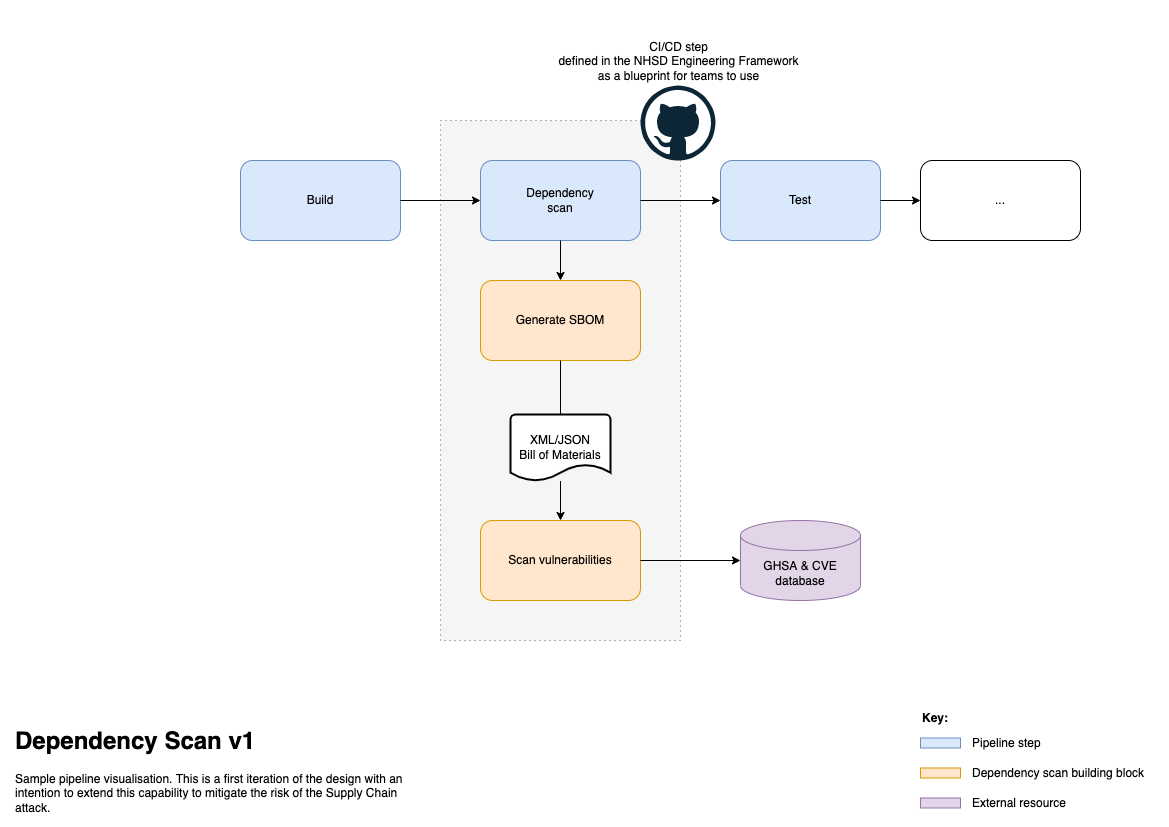
NHSDigital/software-engineering-quality-framework keeps this draw.io diagram as tools/dependency-scan/Design - Dependency Scan v1.drawio.png. Above is the earlier version. Source tidied: cells renumbered, new cells last; positions are measured from the earlier drawing's top-left corner, leaving out a move shared by most shapes.
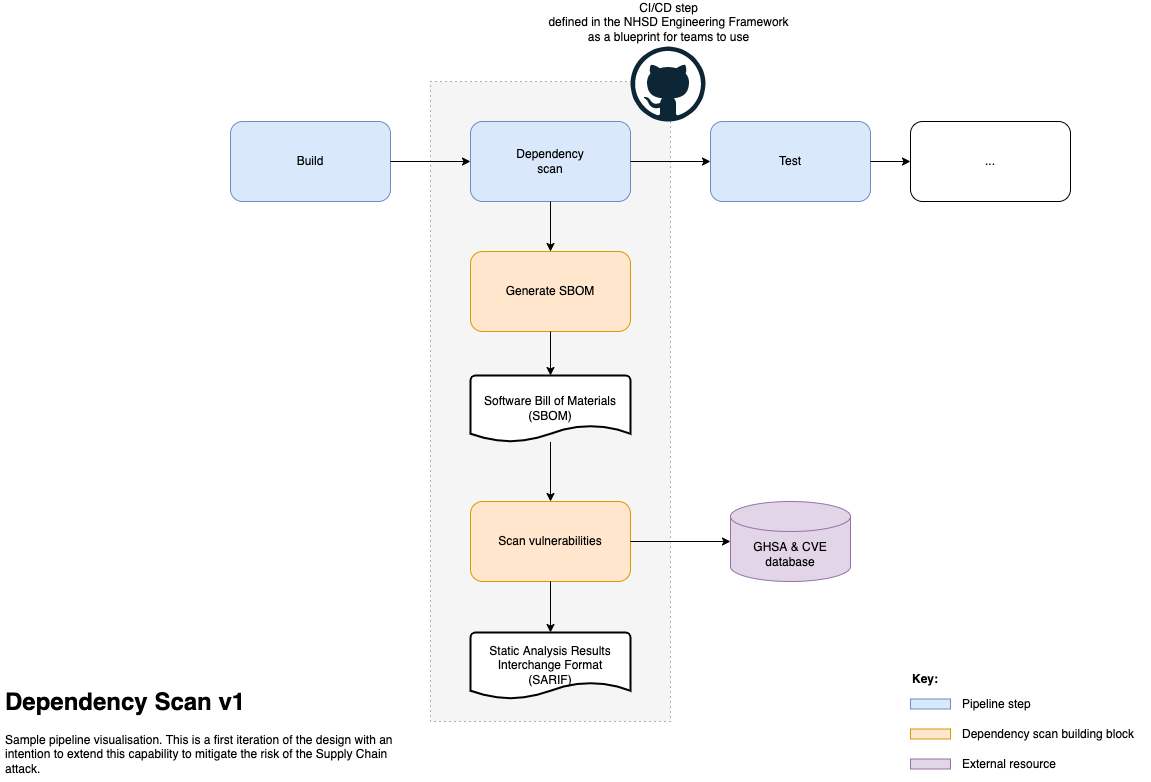
Later version of the same file.

Commit message:
Include the design diagram in the documentation

The edit, as a diff of the source:
```diff
@@ -3,7 +3,7 @@
     <mxCell id="0" />
     <mxCell id="1" parent="0" />
     <mxCell id="2" style="rounded=0;whiteSpace=wrap;html=1;fillColor=#f5f5f5;fontColor=#333333;strokeColor=#666666;dashed=1;dashPattern=1 4;" parent="1" vertex="1">
-      <mxGeometry x="430" y="35" width="240" height="520" as="geometry" />
+      <mxGeometry x="430" y="35" width="240" height="640" as="geometry" />
     </mxCell>
     <mxCell id="3" value="Build" style="rounded=1;whiteSpace=wrap;html=1;fillColor=#dae8fc;strokeColor=#6c8ebf;" parent="1" vertex="1">
       <mxGeometry x="230" y="75" width="160" height="80" as="geometry" />
@@ -15,10 +15,10 @@
       <mxGeometry x="710" y="75" width="160" height="80" as="geometry" />
     </mxCell>
     <mxCell id="6" value="Generate SBOM" style="rounded=1;whiteSpace=wrap;html=1;fillColor=#ffe6cc;strokeColor=#d79b00;" parent="1" vertex="1">
-      <mxGeometry x="470" y="195" width="160" height="80" as="geometry" />
+      <mxGeometry x="470" y="205" width="160" height="80" as="geometry" />
     </mxCell>
     <mxCell id="7" value="Scan vulnerabilities" style="rounded=1;whiteSpace=wrap;html=1;fillColor=#ffe6cc;strokeColor=#d79b00;" parent="1" vertex="1">
-      <mxGeometry x="470" y="435" width="160" height="80" as="geometry" />
+      <mxGeometry x="470" y="455" width="160" height="80" as="geometry" />
     </mxCell>
     <mxCell id="8" style="endArrow=classic;html=1;rounded=0;exitX=1;exitY=0.5;exitDx=0;exitDy=0;entryX=0;entryY=0.5;entryDx=0;entryDy=0;" parent="1" edge="1" source="3" target="4">
       <mxGeometry relative="1" as="geometry" />
@@ -45,14 +45,11 @@
       <mxGeometry x="630" width="75" height="75" as="geometry" />
     </mxCell>
     <mxCell id="16" value="GHSA &amp;amp; CVE&lt;br&gt;database" style="shape=cylinder3;whiteSpace=wrap;html=1;boundedLbl=1;backgroundOutline=1;size=15;fillColor=#e1d5e7;strokeColor=#9673a6;" parent="1" vertex="1">
-      <mxGeometry x="730" y="435" width="120" height="80" as="geometry" />
+      <mxGeometry x="730" y="455" width="120" height="80" as="geometry" />
     </mxCell>
-    <mxCell id="17" value="XML/JSON&lt;br&gt;Bill of Materials" style="strokeWidth=2;html=1;shape=mxgraph.flowchart.document2;whiteSpace=wrap;size=0.25;" parent="1" vertex="1">
-      <mxGeometry x="500" y="329" width="100" height="66.5" as="geometry" />
+    <mxCell id="17" value="Software&amp;nbsp;Bill of Materials&lt;br&gt;(SBOM)" style="strokeWidth=2;html=1;shape=mxgraph.flowchart.document2;whiteSpace=wrap;size=0.25;" parent="1" vertex="1">
+      <mxGeometry x="470" y="329" width="160" height="66.5" as="geometry" />
     </mxCell>
-    <mxCell id="18" style="endArrow=none;html=1;rounded=0;entryX=0.5;entryY=0;entryDx=0;entryDy=0;" parent="1" edge="1" source="6" target="17">
-      <mxGeometry relative="1" as="geometry" />
-    </mxCell>
     <mxCell id="19" value="..." style="rounded=1;whiteSpace=wrap;html=1;gradientDirection=east;" parent="1" vertex="1">
       <mxGeometry x="910" y="75" width="160" height="80" as="geometry" />
     </mxCell>
@@ -77,5 +74,14 @@
     <mxCell id="26" value="External resource" style="text;html=1;strokeColor=none;fillColor=none;align=left;verticalAlign=middle;whiteSpace=wrap;rounded=0;" parent="1" vertex="1">
       <mxGeometry x="960" y="707.5" width="190" height="20" as="geometry" />
     </mxCell>
+    <mxCell id="27" value="Static Analysis Results Interchange Format&lt;br&gt;(SARIF)" style="strokeWidth=2;html=1;shape=mxgraph.flowchart.document2;whiteSpace=wrap;size=0.25;" parent="1" vertex="1">
+      <mxGeometry x="470" y="586" width="160" height="66.5" as="geometry" />
+    </mxCell>
+    <mxCell id="18" style="endArrow=classic;html=1;rounded=0;startArrow=none;exitX=0.5;exitY=1;exitDx=0;exitDy=0;" parent="1" edge="1" source="6" target="17">
+      <mxGeometry relative="1" as="geometry" />
+    </mxCell>
+    <mxCell id="28" style="endArrow=classic;html=1;rounded=0;startArrow=none;" parent="1" edge="1" source="7" target="27">
+      <mxGeometry relative="1" as="geometry" />
+    </mxCell>
   </root>
 </mxGraphModel>
```
